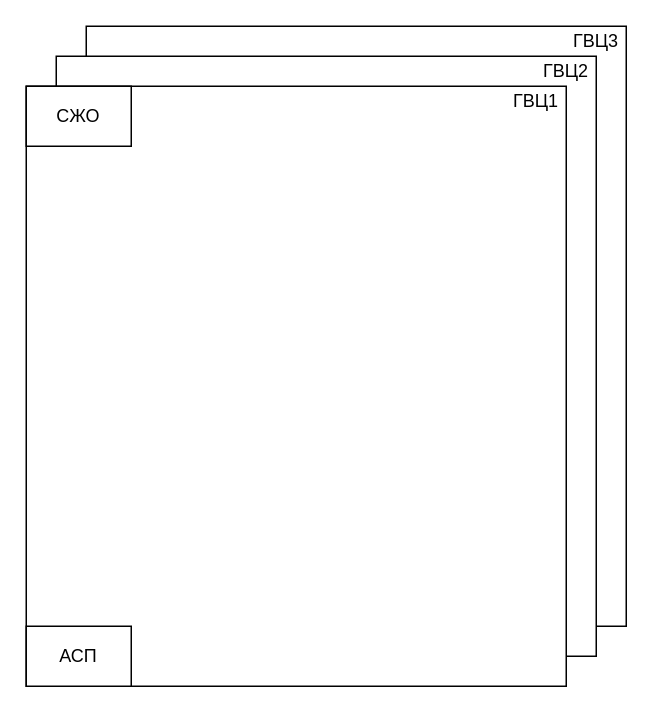
This is Untitled Diagram.drawio from polina-shimolina/open_image, a draw.io file, before an edit. Source tidied: cells renumbered, new cells numbered last; positions are measured from the earlier drawing's top-left corner, leaving out a move shared by most shapes. Both pictures are drawn from the tidied source at 150%, with x=0, y=0 at pixel (26, 26).
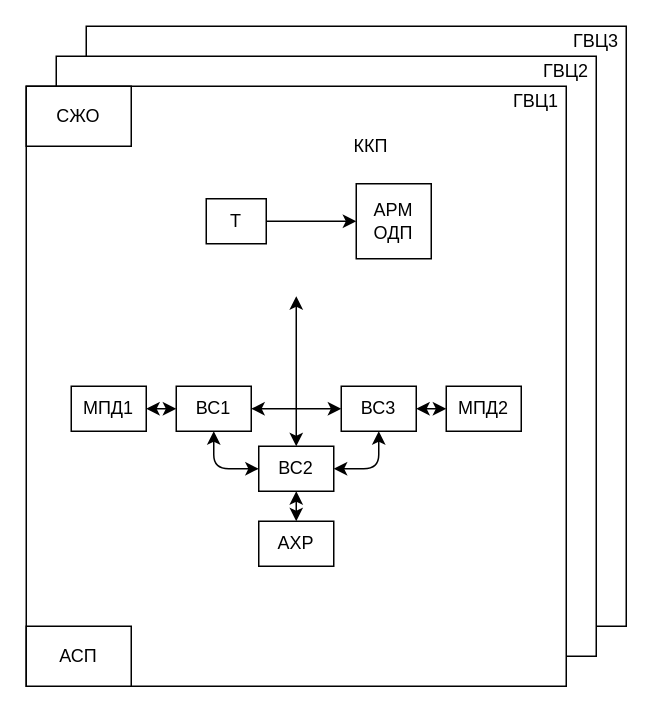
The same page after the edit.

Change to the diagram source:
```diff
@@
+    <mxCell id="10" style="edgeStyle=orthogonalEdgeStyle;rounded=0;jettySize=auto;html=1;" parent="1" edge="1" source="11" target="12">
+      <mxGeometry relative="1" as="geometry" />
+    </mxCell>
+    <mxCell id="11" value="Т" style="rounded=0;whiteSpace=wrap;html=1;" parent="1" vertex="1">
+      <mxGeometry x="120" y="115" width="40" height="30" as="geometry" />
+    </mxCell>
+    <mxCell id="12" value="АРМ&lt;br&gt;ОДП" style="whiteSpace=wrap;html=1;" parent="1" vertex="1">
+      <mxGeometry x="220" y="105" width="50" height="50" as="geometry" />
+    </mxCell>
+    <mxCell id="13" value="МПД1" style="rounded=0;whiteSpace=wrap;html=1;" parent="1" vertex="1">
+      <mxGeometry x="30" y="240" width="50" height="30" as="geometry" />
+    </mxCell>
+    <mxCell id="14" value="МПД2" style="rounded=0;whiteSpace=wrap;html=1;" parent="1" vertex="1">
+      <mxGeometry x="280" y="240" width="50" height="30" as="geometry" />
+    </mxCell>
+    <mxCell id="15" value="ВС2" style="rounded=0;whiteSpace=wrap;html=1;" parent="1" vertex="1">
+      <mxGeometry x="155" y="280" width="50" height="30" as="geometry" />
+    </mxCell>
+    <mxCell id="16" value="ВС3" style="rounded=0;whiteSpace=wrap;html=1;" parent="1" vertex="1">
+      <mxGeometry x="210" y="240" width="50" height="30" as="geometry" />
+    </mxCell>
+    <mxCell id="17" value="ВС1" style="rounded=0;whiteSpace=wrap;html=1;" parent="1" vertex="1">
+      <mxGeometry x="100" y="240" width="50" height="30" as="geometry" />
+    </mxCell>
+    <mxCell id="18" value="АХР" style="rounded=0;whiteSpace=wrap;html=1;" parent="1" vertex="1">
+      <mxGeometry x="155" y="330" width="50" height="30" as="geometry" />
+    </mxCell>
+    <mxCell id="19" style="endArrow=classic;startArrow=classic;html=1;entryX=0;entryY=0.5;entryDx=0;entryDy=0;entryPerimeter=0;" parent="1" edge="1" target="17">
+      <mxGeometry relative="1" as="geometry">
+        <mxPoint x="80" y="255" as="sourcePoint" />
+      </mxGeometry>
+    </mxCell>
+    <mxCell id="20" style="endArrow=classic;startArrow=classic;html=1;entryX=0;entryY=0.5;entryDx=0;entryDy=0;entryPerimeter=0;exitX=1;exitY=0.5;exitDx=0;exitDy=0;exitPerimeter=0;" parent="1" edge="1" source="17" target="16">
+      <mxGeometry relative="1" as="geometry" />
+    </mxCell>
+    <mxCell id="21" style="endArrow=classic;startArrow=classic;html=1;exitX=1;exitY=0.5;exitDx=0;exitDy=0;exitPerimeter=0;entryX=0;entryY=0.5;entryDx=0;entryDy=0;entryPerimeter=0;" parent="1" edge="1" source="16" target="14">
+      <mxGeometry relative="1" as="geometry" />
+    </mxCell>
+    <mxCell id="22" style="endArrow=classic;startArrow=classic;html=1;entryX=0.5;entryY=1;entryDx=0;entryDy=0;entryPerimeter=0;exitX=0;exitY=0.5;exitDx=0;exitDy=0;" parent="1" edge="1" source="15" target="17">
+      <mxGeometry relative="1" as="geometry">
+        <Array as="points">
+          <mxPoint x="125" y="295" />
+        </Array>
+      </mxGeometry>
+    </mxCell>
+    <mxCell id="23" style="endArrow=classic;startArrow=classic;html=1;exitX=1;exitY=0.5;exitDx=0;exitDy=0;entryX=0.5;entryY=1;entryDx=0;entryDy=0;" parent="1" edge="1" source="15" target="16">
+      <mxGeometry relative="1" as="geometry">
+        <Array as="points">
+          <mxPoint x="235" y="295" />
+        </Array>
+      </mxGeometry>
+    </mxCell>
+    <mxCell id="24" style="endArrow=classic;startArrow=classic;html=1;exitX=0.5;exitY=0;exitDx=0;exitDy=0;entryX=0.5;entryY=1;entryDx=0;entryDy=0;" parent="1" edge="1" source="18" target="15">
+      <mxGeometry relative="1" as="geometry" />
+    </mxCell>
+    <mxCell id="25" value="ККП" style="text;html=1;strokeColor=none;fillColor=none;align=center;verticalAlign=middle;whiteSpace=wrap;rounded=0;" parent="1" vertex="1">
+      <mxGeometry x="210" y="70" width="40" height="20" as="geometry" />
+    </mxCell>
+    <mxCell id="26" style="endArrow=classic;startArrow=classic;html=1;exitX=0.5;exitY=0;exitDx=0;exitDy=0;exitPerimeter=0;" parent="1" edge="1" source="15">
+      <mxGeometry relative="1" as="geometry">
+        <mxPoint x="180" y="180" as="targetPoint" />
+      </mxGeometry>
+    </mxCell>
```
